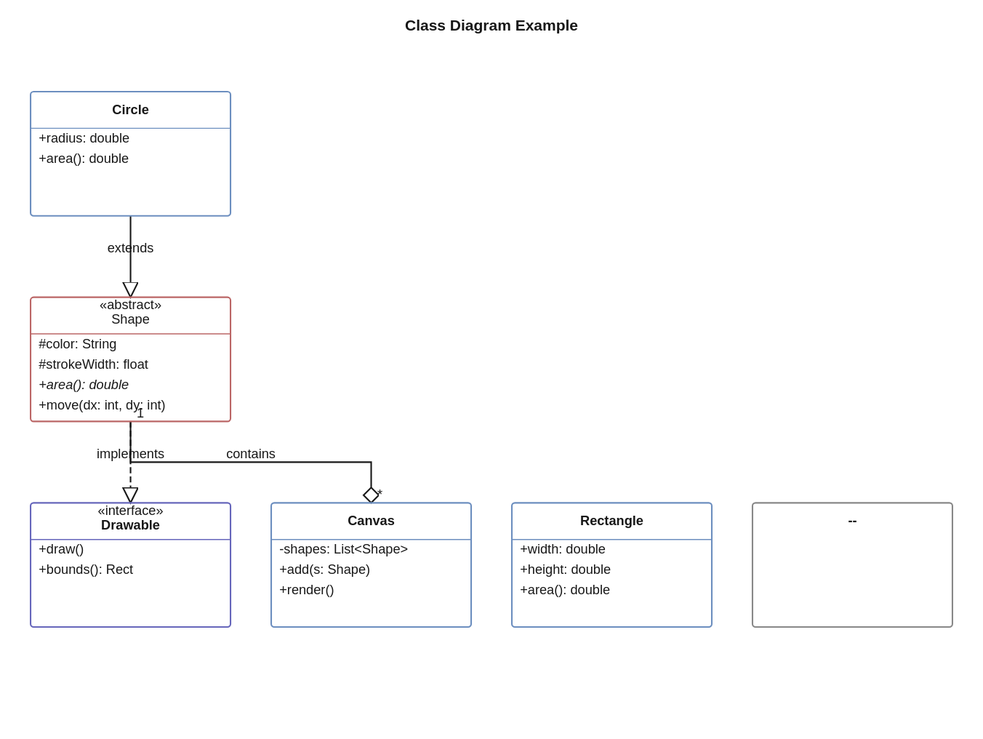
Before: docs/examples/class.svg, a diagram exported from PlantUML (grahambrooks/puml). Its source is kept beside it as examples/class.puml. The source it was exported from:
```plantuml
@startuml
title Class Diagram Example

interface Drawable {
  +draw()
  +bounds(): Rect
}

abstract class Shape {
  #color: String
  #strokeWidth: float
  +{abstract} area(): double
  +move(dx: int, dy: int)
}

class Circle {
  +radius: double
  +area(): double
}

class Rectangle {
  +width: double
  +height: double
  +area(): double
}

class Canvas {
  -shapes: List<Shape>
  +add(s: Shape)
  +render()
}

Shape ..|> Drawable : implements
Circle --|> Shape : extends
Rectangle --|> Shape : extends
Canvas "1" o-- "*" Shape : contains
@enduml
```
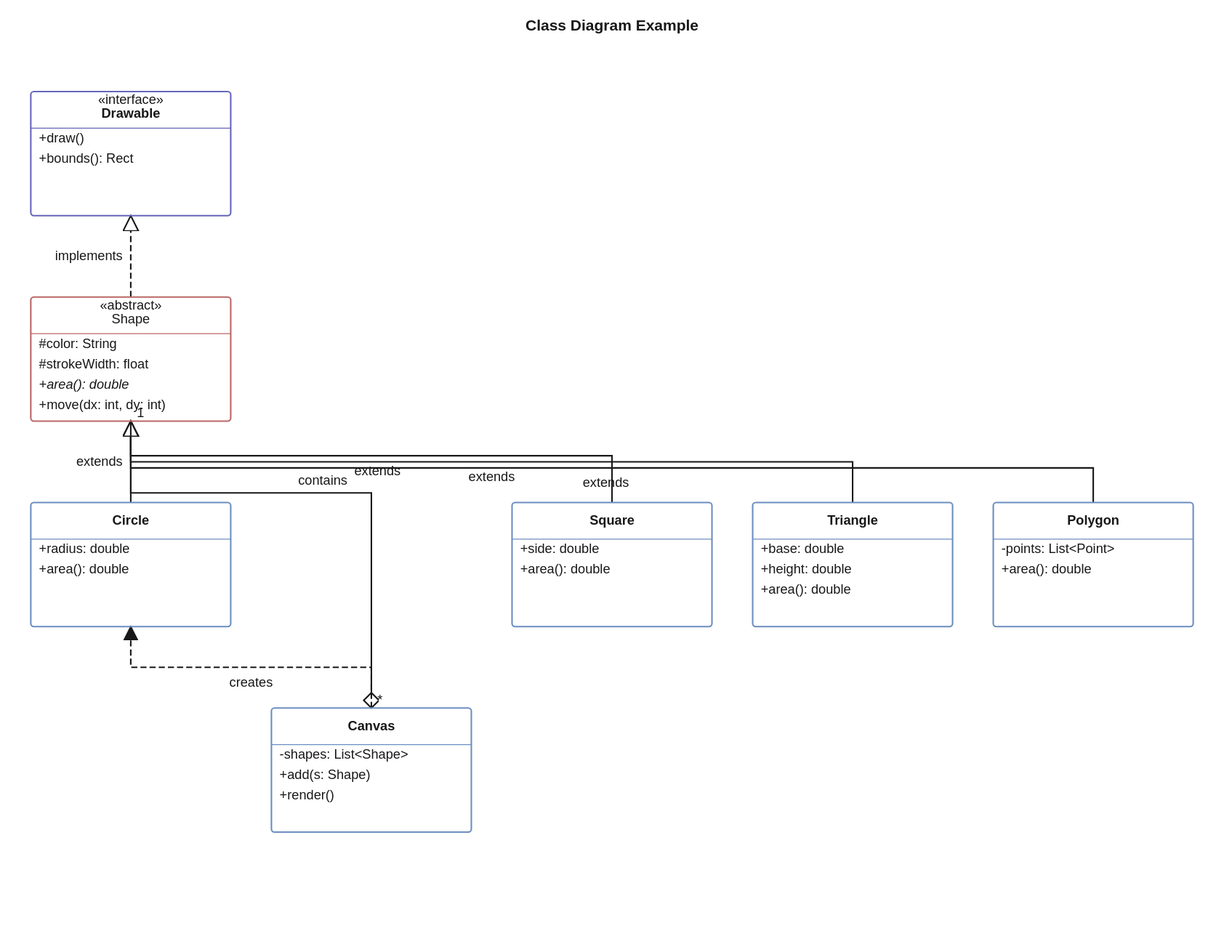
The same file after the commit.

The edit, as a diff of the source:
```diff
@@ -18,9 +18,19 @@
   +area(): double
 }
 
-class Rectangle {
-  +width: double
+class Square {
+  +side: double
+  +area(): double
+}
+
+class Triangle {
+  +base: double
   +height: double
+  +area(): double
+}
+
+class Polygon {
+  -points: List<Point>
   +area(): double
 }
 
@@ -32,6 +42,9 @@
 
 Shape ..|> Drawable : implements
 Circle --|> Shape : extends
-Rectangle --|> Shape : extends
+Square --|> Shape : extends
+Triangle --|> Shape : extends
+Polygon --|> Shape : extends
 Canvas "1" o-- "*" Shape : contains
+Canvas ..> Circle : creates
 @enduml
```
